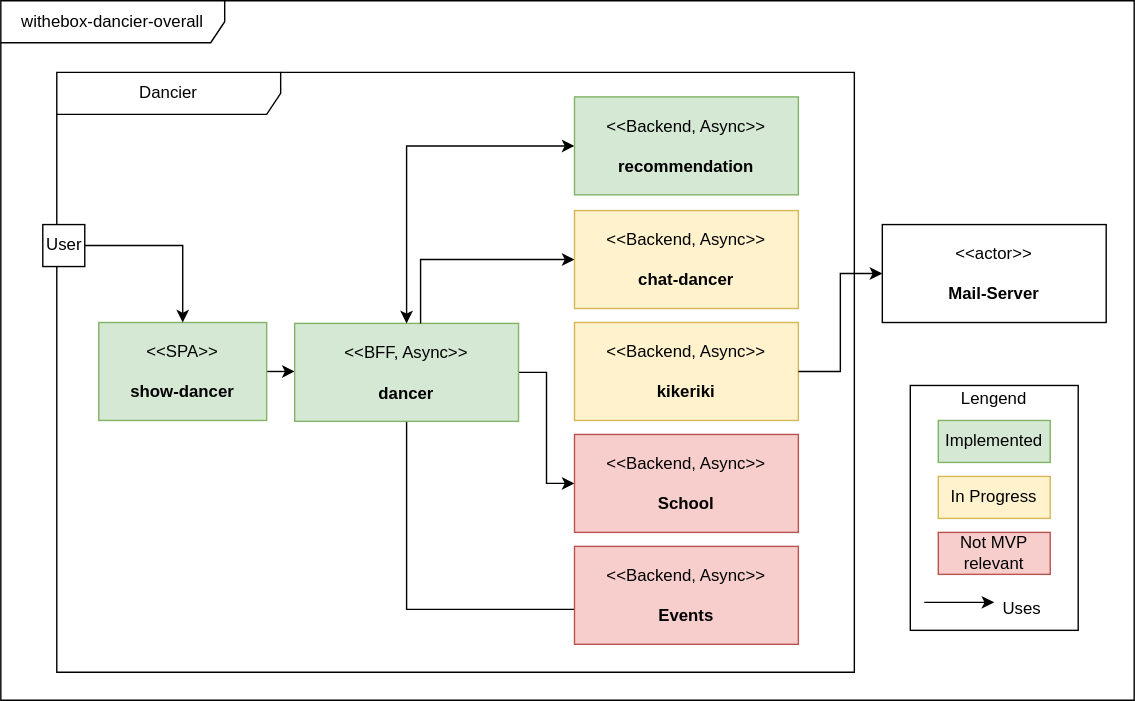
Before: src/main/jbake/content/documentation/arc42/images/whitebox-overall-system.drawio.svg, a diagram exported from draw.io (dancier/documentation). Source tidied: cells renumbered, new cells last; positions are measured from the earlier drawing's top-left corner, leaving out a move shared by most shapes.
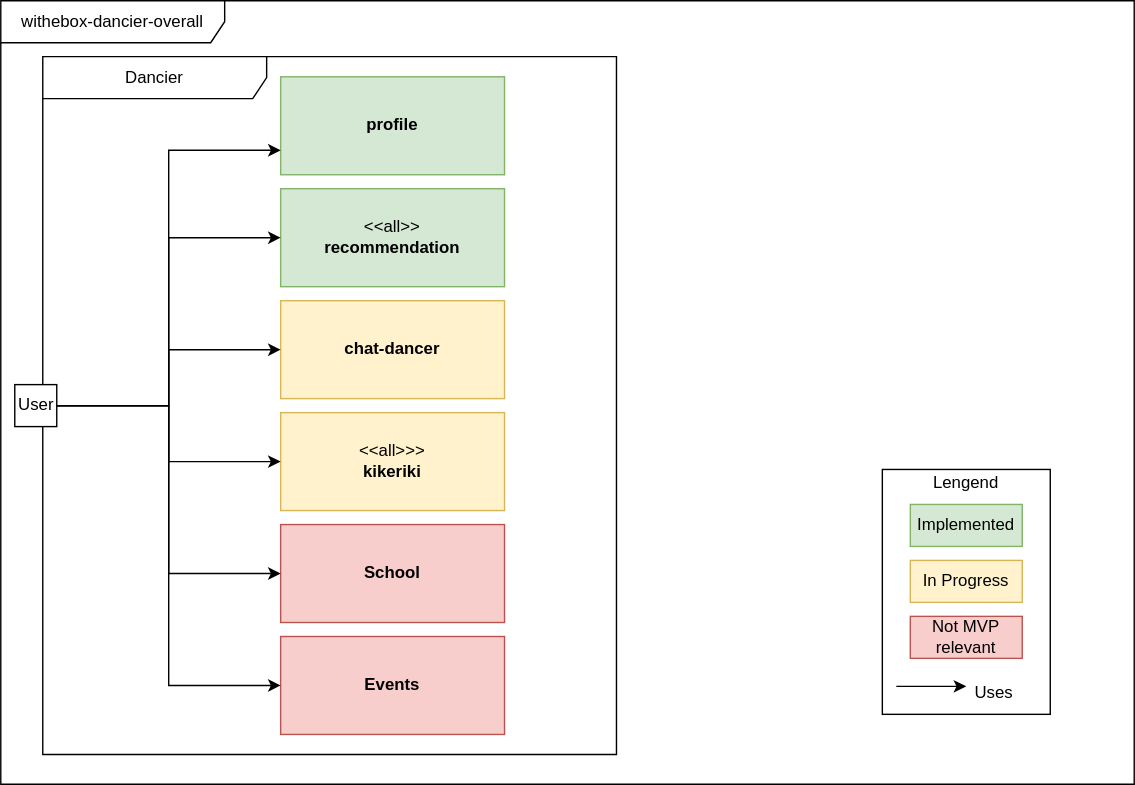
The same diagram one commit later.

Change to the diagram source:
```diff
@@ -3,92 +3,73 @@
     <mxCell id="0" />
     <mxCell id="1" parent="0" />
     <mxCell id="2" value="withebox-dancier-overall" style="shape=umlFrame;whiteSpace=wrap;html=1;width=160;" parent="1" vertex="1">
-      <mxGeometry width="810" height="500" as="geometry" />
+      <mxGeometry width="810" height="560" as="geometry" />
     </mxCell>
-    <mxCell id="3" value="Dancier" style="shape=umlFrame;whiteSpace=wrap;html=1;width=160;" parent="2" vertex="1">
-      <mxGeometry x="40" y="51.2" width="570" height="428.8" as="geometry" />
-    </mxCell>
-    <mxCell id="4" style="edgeStyle=orthogonalEdgeStyle;rounded=0;jettySize=auto;html=1;" parent="3" edge="1" source="5" target="8">
-      <mxGeometry relative="1" as="geometry" />
-    </mxCell>
-    <mxCell id="5" value="&amp;lt;&amp;lt;SPA&amp;gt;&amp;gt;&lt;br&gt;&lt;br&gt;&lt;b&gt;show-dancer&lt;/b&gt;" style="html=1;align=center;verticalAlign=middle;dashed=0;whiteSpace=wrap;fillColor=#d5e8d4;strokeColor=#82b366;" parent="3" vertex="1">
-      <mxGeometry x="30" y="178.8" width="120" height="70" as="geometry" />
-    </mxCell>
-    <mxCell id="6" style="edgeStyle=orthogonalEdgeStyle;rounded=0;jettySize=auto;html=1;entryX=0;entryY=0.5;entryDx=0;entryDy=0;" parent="3" edge="1" source="8" target="14">
-      <mxGeometry relative="1" as="geometry" />
-    </mxCell>
-    <mxCell id="7" style="edgeStyle=orthogonalEdgeStyle;rounded=0;orthogonalLoop=1;jettySize=auto;html=1;entryX=-0.006;entryY=0.643;entryDx=0;entryDy=0;entryPerimeter=0;" parent="3" edge="1">
-      <mxGeometry relative="1" as="geometry">
-        <mxPoint x="250" y="249.4" as="sourcePoint" />
-        <mxPoint x="399" y="383.8" as="targetPoint" />
-        <Array as="points">
-          <mxPoint x="250" y="384" />
-        </Array>
-      </mxGeometry>
-    </mxCell>
-    <mxCell id="8" value="&amp;lt;&amp;lt;BFF, Async&amp;gt;&amp;gt;&lt;br&gt;&lt;br&gt;&lt;b&gt;dancer&lt;/b&gt;" style="html=1;align=center;verticalAlign=middle;dashed=0;whiteSpace=wrap;fillColor=#d5e8d4;strokeColor=#82b366;" parent="3" vertex="1">
-      <mxGeometry x="170" y="179.4" width="160" height="70" as="geometry" />
-    </mxCell>
-    <mxCell id="9" style="edgeStyle=orthogonalEdgeStyle;rounded=0;jettySize=auto;html=1;startArrow=classic;startFill=1;endArrow=none;endFill=0;" parent="3" edge="1" source="10" target="8">
-      <mxGeometry relative="1" as="geometry">
-        <Array as="points">
-          <mxPoint x="260" y="134" />
-        </Array>
-      </mxGeometry>
-    </mxCell>
-    <mxCell id="10" value="&amp;lt;&amp;lt;Backend, Async&amp;gt;&amp;gt;&lt;br&gt;&lt;br&gt;&lt;b&gt;chat-dancer&lt;/b&gt;" style="html=1;align=center;verticalAlign=middle;dashed=0;whiteSpace=wrap;fillColor=#fff2cc;strokeColor=#d6b656;" parent="3" vertex="1">
-      <mxGeometry x="370" y="98.8" width="160" height="70" as="geometry" />
-    </mxCell>
-    <mxCell id="11" style="edgeStyle=orthogonalEdgeStyle;rounded=0;jettySize=auto;html=1;endArrow=classic;endFill=1;startArrow=classic;startFill=1;" parent="3" edge="1" source="12" target="8">
-      <mxGeometry relative="1" as="geometry" />
-    </mxCell>
-    <mxCell id="12" value="&amp;lt;&amp;lt;Backend, Async&amp;gt;&amp;gt;&lt;br&gt;&lt;br&gt;&lt;b&gt;recommendation&lt;/b&gt;" style="html=1;align=center;verticalAlign=middle;dashed=0;whiteSpace=wrap;fillColor=#d5e8d4;strokeColor=#82b366;" parent="3" vertex="1">
-      <mxGeometry x="370" y="17.5" width="160" height="70" as="geometry" />
-    </mxCell>
-    <mxCell id="13" value="&amp;lt;&amp;lt;Backend, Async&amp;gt;&amp;gt;&lt;br&gt;&lt;br&gt;&lt;b&gt;kikeriki&lt;/b&gt;" style="html=1;align=center;verticalAlign=middle;dashed=0;whiteSpace=wrap;fillColor=#fff2cc;strokeColor=#d6b656;" parent="3" vertex="1">
-      <mxGeometry x="370" y="178.8" width="160" height="70" as="geometry" />
-    </mxCell>
-    <mxCell id="14" value="&amp;lt;&amp;lt;Backend, Async&amp;gt;&amp;gt;&lt;br&gt;&lt;br&gt;&lt;b&gt;School&lt;/b&gt;" style="html=1;align=center;verticalAlign=middle;dashed=0;whiteSpace=wrap;fillColor=#f8cecc;strokeColor=#b85450;" parent="3" vertex="1">
-      <mxGeometry x="370" y="258.8" width="160" height="70" as="geometry" />
-    </mxCell>
-    <mxCell id="15" value="&amp;lt;&amp;lt;Backend, Async&amp;gt;&amp;gt;&lt;br&gt;&lt;br&gt;&lt;b&gt;Events&lt;br&gt;&lt;/b&gt;" style="html=1;align=center;verticalAlign=middle;dashed=0;whiteSpace=wrap;fillColor=#f8cecc;strokeColor=#b85450;" parent="3" vertex="1">
-      <mxGeometry x="370" y="338.8" width="160" height="70" as="geometry" />
-    </mxCell>
-    <mxCell id="16" style="edgeStyle=orthogonalEdgeStyle;rounded=0;jettySize=auto;html=1;" parent="3" edge="1" source="17" target="5">
-      <mxGeometry relative="1" as="geometry" />
-    </mxCell>
-    <mxCell id="17" value="User" style="html=1;rounded=0;" parent="3" vertex="1">
-      <mxGeometry x="-10" y="108.8" width="30" height="30" as="geometry" />
-    </mxCell>
-    <mxCell id="18" value="&amp;lt;&amp;lt;actor&amp;gt;&amp;gt;&lt;br&gt;&lt;br&gt;&lt;b&gt;Mail-Server&lt;/b&gt;" style="html=1;align=center;verticalAlign=middle;dashed=0;whiteSpace=wrap;" parent="2" vertex="1">
-      <mxGeometry x="630" y="160" width="160" height="70" as="geometry" />
-    </mxCell>
-    <mxCell id="19" style="edgeStyle=orthogonalEdgeStyle;rounded=0;jettySize=auto;html=1;" parent="2" edge="1" source="13" target="18">
-      <mxGeometry relative="1" as="geometry" />
-    </mxCell>
     <mxCell id="20" style="rounded=0;whiteSpace=wrap;html=1;" parent="2" vertex="1">
-      <mxGeometry x="650" y="275" width="120" height="175" as="geometry" />
+      <mxGeometry x="630" y="335" width="120" height="175" as="geometry" />
     </mxCell>
     <mxCell id="21" value="Implemented" style="rounded=0;whiteSpace=wrap;html=1;fillColor=#d5e8d4;strokeColor=#82b366;" parent="2" vertex="1">
-      <mxGeometry x="670" y="300" width="80" height="30" as="geometry" />
+      <mxGeometry x="650" y="360" width="80" height="30" as="geometry" />
     </mxCell>
     <mxCell id="22" value="Not MVP relevant" style="rounded=0;whiteSpace=wrap;html=1;fillColor=#f8cecc;strokeColor=#b85450;" parent="2" vertex="1">
-      <mxGeometry x="670" y="380" width="80" height="30" as="geometry" />
+      <mxGeometry x="650" y="440" width="80" height="30" as="geometry" />
     </mxCell>
     <mxCell id="23" value="In Progress" style="rounded=0;whiteSpace=wrap;html=1;fillColor=#fff2cc;strokeColor=#d6b656;" parent="2" vertex="1">
-      <mxGeometry x="670" y="340" width="80" height="30" as="geometry" />
+      <mxGeometry x="650" y="400" width="80" height="30" as="geometry" />
     </mxCell>
     <mxCell id="24" value="Lengend" style="text;html=1;strokeColor=none;fillColor=none;align=center;verticalAlign=middle;whiteSpace=wrap;rounded=0;" parent="2" vertex="1">
-      <mxGeometry x="680" y="270" width="60" height="30" as="geometry" />
+      <mxGeometry x="660" y="330" width="60" height="30" as="geometry" />
     </mxCell>
     <mxCell id="25" value="Uses" style="text;html=1;strokeColor=none;fillColor=none;align=center;verticalAlign=middle;whiteSpace=wrap;rounded=0;" parent="2" vertex="1">
-      <mxGeometry x="700" y="420" width="60" height="30" as="geometry" />
+      <mxGeometry x="680" y="480" width="60" height="30" as="geometry" />
     </mxCell>
+    <mxCell id="3" value="Dancier" style="shape=umlFrame;whiteSpace=wrap;html=1;width=160;" parent="2" vertex="1">
+      <mxGeometry x="30" y="40" width="410" height="498.8" as="geometry" />
+    </mxCell>
+    <mxCell id="8" value="&lt;b&gt;profile&lt;/b&gt;" style="html=1;align=center;verticalAlign=middle;dashed=0;whiteSpace=wrap;fillColor=#d5e8d4;strokeColor=#82b366;" parent="3" vertex="1">
+      <mxGeometry x="170" y="14.4" width="160" height="70" as="geometry" />
+    </mxCell>
+    <mxCell id="10" value="&lt;b&gt;chat-dancer&lt;/b&gt;" style="html=1;align=center;verticalAlign=middle;dashed=0;whiteSpace=wrap;fillColor=#fff2cc;strokeColor=#d6b656;" parent="3" vertex="1">
+      <mxGeometry x="170" y="174.4" width="160" height="70" as="geometry" />
+    </mxCell>
+    <mxCell id="12" value="&amp;lt;&amp;lt;all&amp;gt;&amp;gt;&lt;br&gt;&lt;b&gt;recommendation&lt;/b&gt;" style="html=1;align=center;verticalAlign=middle;dashed=0;whiteSpace=wrap;fillColor=#d5e8d4;strokeColor=#82b366;" parent="3" vertex="1">
+      <mxGeometry x="170" y="94.4" width="160" height="70" as="geometry" />
+    </mxCell>
+    <mxCell id="13" value="&amp;lt;&amp;lt;all&amp;gt;&amp;gt;&amp;gt;&lt;br&gt;&lt;b&gt;kikeriki&lt;/b&gt;" style="html=1;align=center;verticalAlign=middle;dashed=0;whiteSpace=wrap;fillColor=#fff2cc;strokeColor=#d6b656;" parent="3" vertex="1">
+      <mxGeometry x="170" y="254.4" width="160" height="70" as="geometry" />
+    </mxCell>
+    <mxCell id="14" value="&lt;b&gt;School&lt;/b&gt;" style="html=1;align=center;verticalAlign=middle;dashed=0;whiteSpace=wrap;fillColor=#f8cecc;strokeColor=#b85450;" parent="3" vertex="1">
+      <mxGeometry x="170" y="334.4" width="160" height="70" as="geometry" />
+    </mxCell>
+    <mxCell id="15" value="&lt;b&gt;Events&lt;br&gt;&lt;/b&gt;" style="html=1;align=center;verticalAlign=middle;dashed=0;whiteSpace=wrap;fillColor=#f8cecc;strokeColor=#b85450;" parent="3" vertex="1">
+      <mxGeometry x="170" y="414.4" width="160" height="70" as="geometry" />
+    </mxCell>
+    <mxCell id="27" style="edgeStyle=orthogonalEdgeStyle;rounded=0;jettySize=auto;html=1;entryX=0;entryY=0.75;entryDx=0;entryDy=0;" parent="3" edge="1" source="17" target="8">
+      <mxGeometry relative="1" as="geometry" />
+    </mxCell>
+    <mxCell id="28" style="edgeStyle=orthogonalEdgeStyle;rounded=0;jettySize=auto;html=1;entryX=0;entryY=0.5;entryDx=0;entryDy=0;" parent="3" edge="1" source="17" target="12">
+      <mxGeometry relative="1" as="geometry" />
+    </mxCell>
+    <mxCell id="29" style="edgeStyle=orthogonalEdgeStyle;rounded=0;jettySize=auto;html=1;" parent="3" edge="1" source="17" target="10">
+      <mxGeometry relative="1" as="geometry" />
+    </mxCell>
+    <mxCell id="30" style="edgeStyle=orthogonalEdgeStyle;rounded=0;jettySize=auto;html=1;entryX=0;entryY=0.5;entryDx=0;entryDy=0;" parent="3" edge="1" source="17" target="14">
+      <mxGeometry relative="1" as="geometry" />
+    </mxCell>
+    <mxCell id="31" style="edgeStyle=orthogonalEdgeStyle;rounded=0;jettySize=auto;html=1;" parent="3" edge="1" source="17" target="13">
+      <mxGeometry relative="1" as="geometry" />
+    </mxCell>
+    <mxCell id="32" style="edgeStyle=orthogonalEdgeStyle;rounded=0;jettySize=auto;html=1;entryX=0;entryY=0.5;entryDx=0;entryDy=0;" parent="3" edge="1" source="17" target="15">
+      <mxGeometry relative="1" as="geometry" />
+    </mxCell>
+    <mxCell id="17" value="User" style="html=1;rounded=0;" parent="3" vertex="1">
+      <mxGeometry x="-20" y="234.4" width="30" height="30" as="geometry" />
+    </mxCell>
     <mxCell id="26" style="endArrow=classic;html=1;rounded=0;entryX=0.5;entryY=0.886;entryDx=0;entryDy=0;entryPerimeter=0;" parent="1" edge="1" target="20">
       <mxGeometry relative="1" as="geometry">
-        <mxPoint x="660" y="430" as="sourcePoint" />
+        <mxPoint x="640" y="490" as="sourcePoint" />
         <Array as="points">
-          <mxPoint x="710" y="430" />
+          <mxPoint x="690" y="490" />
         </Array>
       </mxGeometry>
     </mxCell>
```
